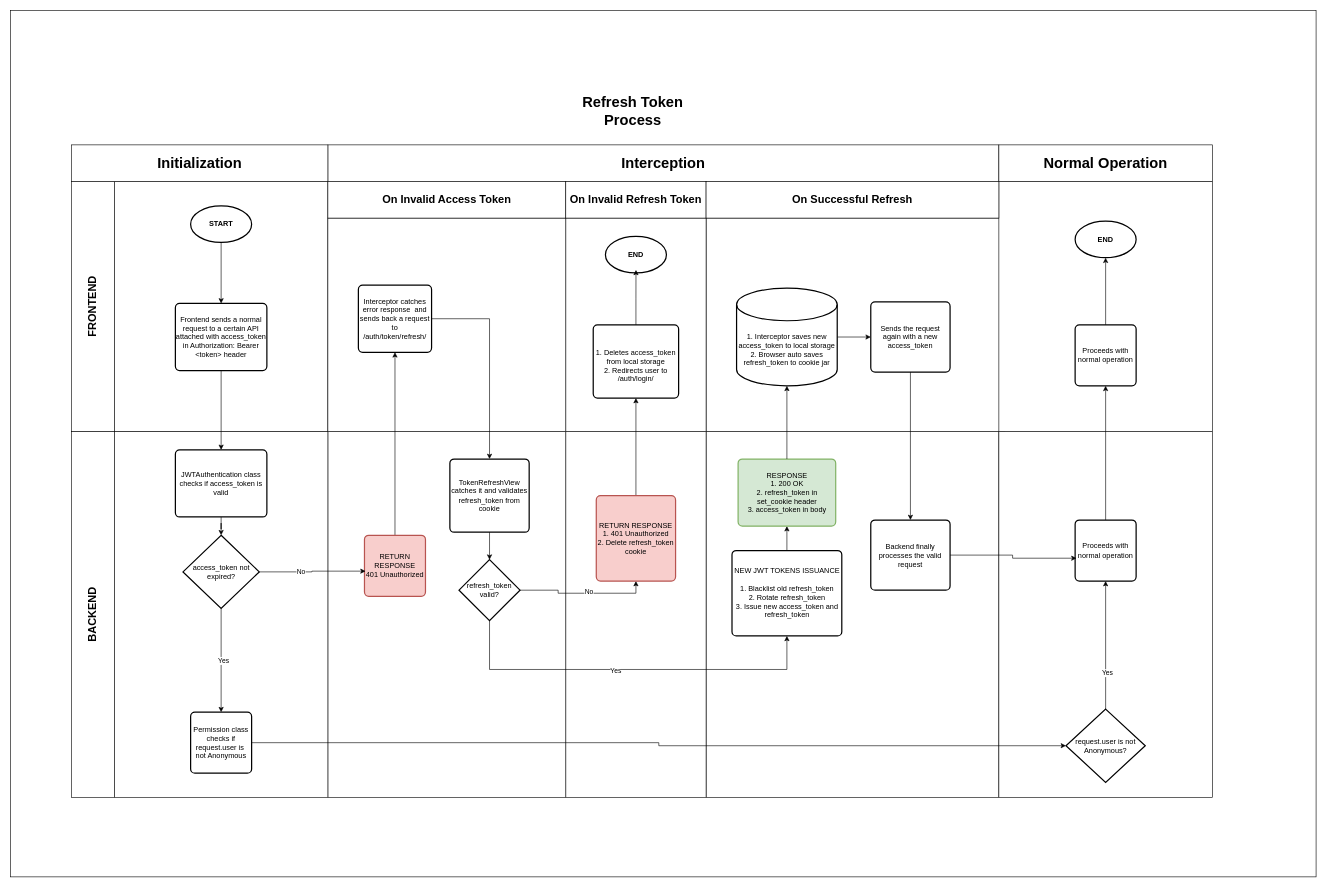
The draw.io diagram page "auth_jwt-interceptor-process" (4 of 4) of E-Commerce API Business Process.drawio in RHILIUS/drawio, before the edit. Source tidied: cells renumbered, new cells numbered last; positions are measured from the earlier drawing's top-left corner, leaving out a move shared by most shapes. Both pictures are drawn from the tidied source at 61%, with x=0, y=0 at pixel (10, 10).
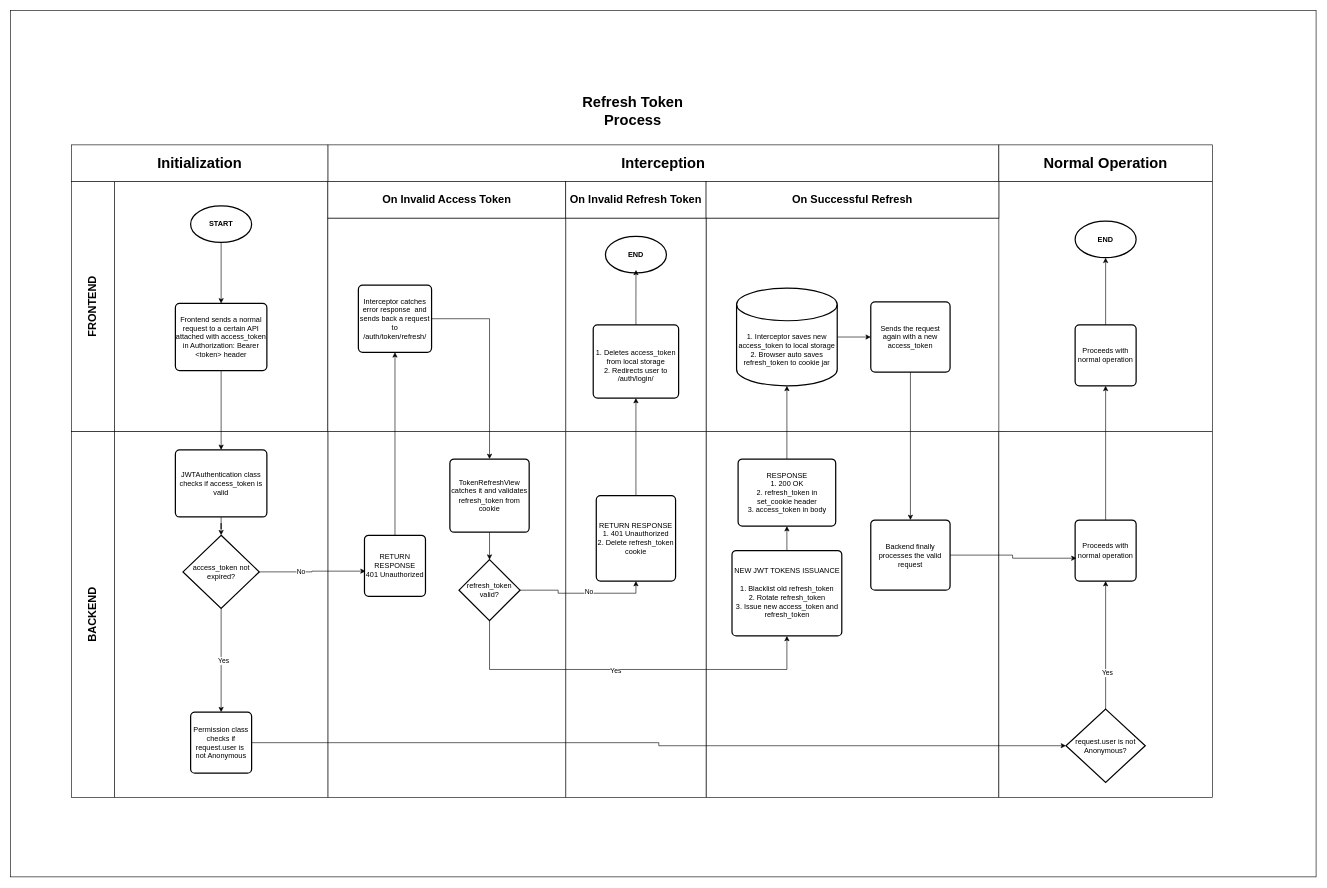
The same page after the edit.

Diff of the diagram source:
```diff
@@
-    <mxCell id="36" value="RETURN RESPONSE&lt;div&gt;401 Unauthorized&lt;/div&gt;" style="rounded=1;whiteSpace=wrap;html=1;absoluteArcSize=1;arcSize=14;strokeWidth=2;fillColor=#f8cecc;strokeColor=#b85450;" parent="1" vertex="1">
+    <mxCell id="36" value="RETURN RESPONSE&lt;div&gt;401 Unauthorized&lt;/div&gt;" style="rounded=1;whiteSpace=wrap;html=1;absoluteArcSize=1;arcSize=14;strokeWidth=2;" parent="1" vertex="1">
       <mxGeometry x="580" y="860" width="100" height="100" as="geometry" />
     </mxCell>
@@
-    <mxCell id="53" value="RETURN RESPONSE&lt;div&gt;1. 401 Unauthorized&lt;br&gt;2. Delete refresh_token cookie&lt;br&gt;&lt;/div&gt;" style="rounded=1;whiteSpace=wrap;html=1;absoluteArcSize=1;arcSize=14;strokeWidth=2;fillColor=#f8cecc;strokeColor=#b85450;" parent="1" vertex="1">
+    <mxCell id="53" value="RETURN RESPONSE&lt;div&gt;1. 401 Unauthorized&lt;br&gt;2. Delete refresh_token cookie&lt;br&gt;&lt;/div&gt;" style="rounded=1;whiteSpace=wrap;html=1;absoluteArcSize=1;arcSize=14;strokeWidth=2;" parent="1" vertex="1">
       <mxGeometry x="960" y="795" width="130" height="140" as="geometry" />
     </mxCell>
@@
-    <mxCell id="59" value="RESPONSE&lt;div&gt;1. 200 OK&lt;/div&gt;&lt;div&gt;2. refresh_token in set_cookie header&lt;br&gt;3. access_token in body&lt;/div&gt;" style="rounded=1;whiteSpace=wrap;html=1;absoluteArcSize=1;arcSize=14;strokeWidth=2;fillColor=#d5e8d4;strokeColor=#82b366;" parent="1" vertex="1">
+    <mxCell id="59" value="RESPONSE&lt;div&gt;1. 200 OK&lt;/div&gt;&lt;div&gt;2. refresh_token in set_cookie header&lt;br&gt;3. access_token in body&lt;/div&gt;" style="rounded=1;whiteSpace=wrap;html=1;absoluteArcSize=1;arcSize=14;strokeWidth=2;" parent="1" vertex="1">
       <mxGeometry x="1192.5" y="735" width="160" height="110" as="geometry" />
     </mxCell>
```
